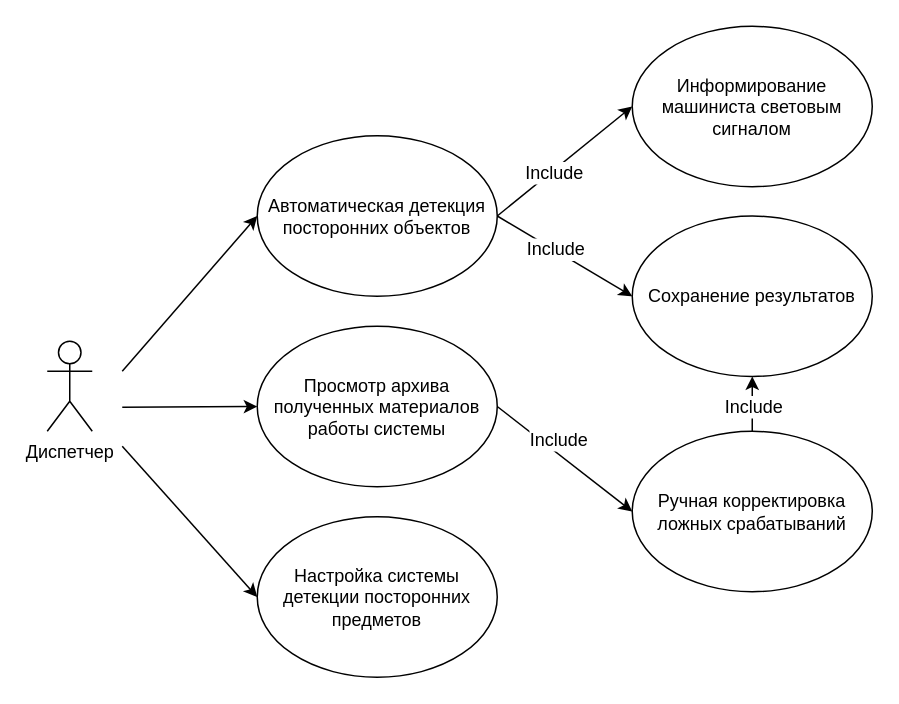
The draw.io diagram DOC/Diagram VariatnUse.drawio in toshabelof/dissertation, before the edit. Source tidied: cells renumbered, new cells numbered last; positions are measured from the earlier drawing's top-left corner, leaving out a move shared by most shapes. Both pictures are drawn from the tidied source at 150%, with x=0, y=0 at pixel (46, 26).
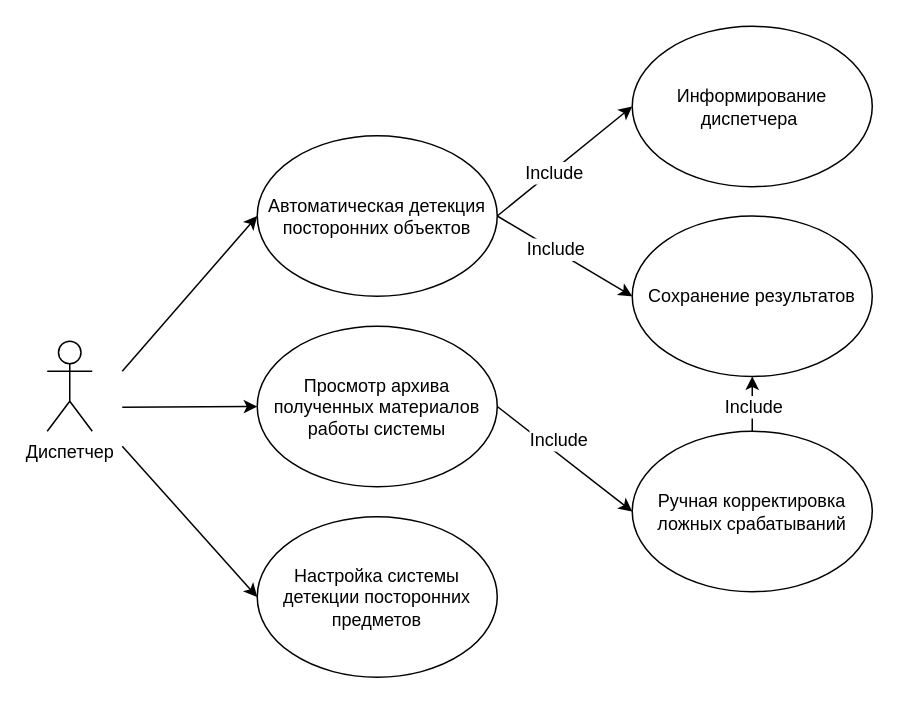
The same diagram, later.

Change to the diagram source:
```diff
@@
-    <mxCell id="8" value="Информирование машиниста световым сигналом" style="ellipse;whiteSpace=wrap;html=1;" parent="1" vertex="1">
+    <mxCell id="8" value="Информирование диспетчера&amp;nbsp;" style="ellipse;whiteSpace=wrap;html=1;" parent="1" vertex="1">
       <mxGeometry x="390" width="160" height="107" as="geometry" />
     </mxCell>
```
